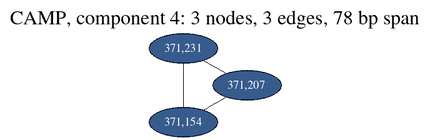
Above: notebooks/graphs/CAMP_cc4.png in fedarko/sheepgut (Graphviz), before the change. Its source is kept beside it as notebooks/graphs/CAMP_cc4.gv.
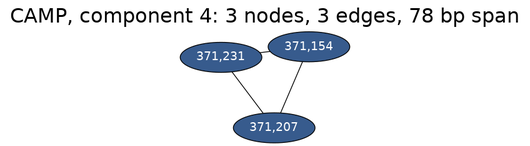
The same diagram one commit later.

Diff of the diagram source:
```diff
@@ -1,12 +1,13 @@
 graph CAMP_cc4 {
 	overlap="prism50";
 	outputorder="edgesfirst";
+	node [style="filled"];
 	label="CAMP, component 4: 3 nodes, 3 edges, 78 bp span";
 	labelloc="t";
 	fontsize=24;
-	"371,154" [style="filled", fillcolor="#375b8d", fontcolor="#ffffff"];
-	"371,231" [style="filled", fillcolor="#375b8d", fontcolor="#ffffff"];
-	"371,207" [style="filled", fillcolor="#375b8d", fontcolor="#ffffff"];
+	"371,154" [fillcolor="#375b8d", fontcolor="#ffffff"];
+	"371,231" [fillcolor="#375b8d", fontcolor="#ffffff"];
+	"371,207" [fillcolor="#375b8d", fontcolor="#ffffff"];
 	"371,154" -- "371,207";
 	"371,154" -- "371,231";
 	"371,231" -- "371,207";
```
